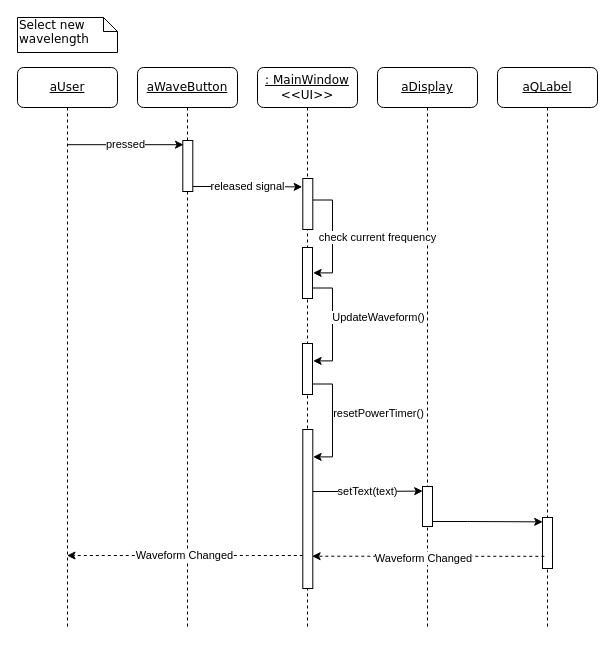
The draw.io diagram Documentation/select_wavelength.drawio in Hall-Andrew/CESDEVICE-3004FinalProject, before the edit. Source tidied: cells renumbered, new cells numbered last; positions are measured from the earlier drawing's top-left corner, leaving out a move shared by most shapes. Both pictures are drawn from the tidied source at 100%, with x=0, y=0 at pixel (17, 17).
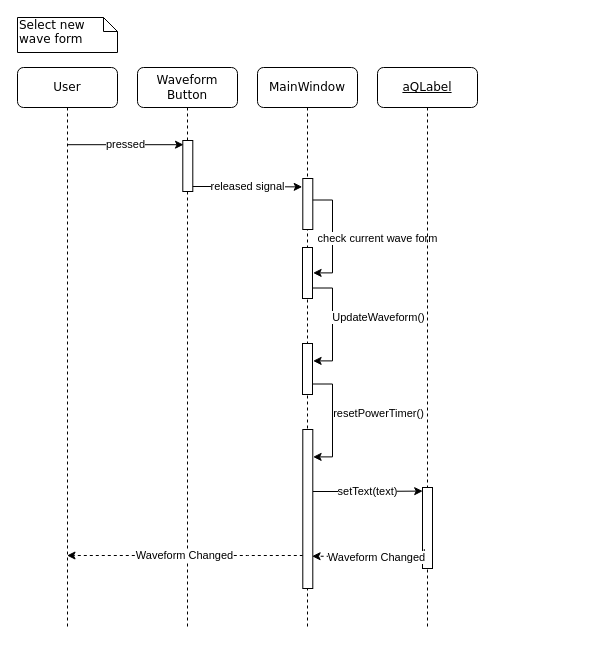
The same diagram, later.

The edit, as a diff of the source:
```diff
@@
-    <mxCell id="2" value="&lt;u&gt;: MainWindow&lt;/u&gt;&lt;br&gt;&amp;lt;&amp;lt;UI&amp;gt;&amp;gt;" style="shape=umlLifeline;perimeter=lifelinePerimeter;whiteSpace=wrap;html=1;rounded=1;shadow=0;comic=0;labelBackgroundColor=none;strokeWidth=1;fontFamily=Verdana;fontSize=12;align=center;" parent="1" vertex="1">
+    <mxCell id="2" value="MainWindow" style="shape=umlLifeline;perimeter=lifelinePerimeter;whiteSpace=wrap;html=1;rounded=1;shadow=0;comic=0;labelBackgroundColor=none;strokeWidth=1;fontFamily=Verdana;fontSize=12;align=center;" parent="1" vertex="1">
       <mxGeometry x="240" y="50" width="100" height="560" as="geometry" />
     </mxCell>
@@
-    <mxCell id="4" value="&lt;u&gt;aDisplay&lt;/u&gt;" style="shape=umlLifeline;perimeter=lifelinePerimeter;whiteSpace=wrap;html=1;rounded=1;shadow=0;comic=0;labelBackgroundColor=none;strokeWidth=1;fontFamily=Verdana;fontSize=12;align=center;" parent="1" vertex="1">
-      <mxGeometry x="360" y="50" width="100" height="560" as="geometry" />
-    </mxCell>
-    <mxCell id="5" style="html=1;points=[];perimeter=orthogonalPerimeter;rounded=0;shadow=0;comic=0;labelBackgroundColor=none;strokeWidth=1;fontFamily=Verdana;fontSize=12;align=center;" parent="4" vertex="1">
-      <mxGeometry x="45" y="419" width="10" height="40" as="geometry" />
-    </mxCell>
-    <mxCell id="6" value="&lt;u&gt;aUser&lt;/u&gt;" style="shape=umlLifeline;perimeter=lifelinePerimeter;whiteSpace=wrap;html=1;rounded=1;shadow=0;comic=0;labelBackgroundColor=none;strokeWidth=1;fontFamily=Verdana;fontSize=12;align=center;" parent="1" vertex="1">
+    <mxCell id="6" value="User" style="shape=umlLifeline;perimeter=lifelinePerimeter;whiteSpace=wrap;html=1;rounded=1;shadow=0;comic=0;labelBackgroundColor=none;strokeWidth=1;fontFamily=Verdana;fontSize=12;align=center;" parent="1" vertex="1">
       <mxGeometry y="50" width="100" height="560" as="geometry" />
     </mxCell>
-    <mxCell id="7" value="Select new wavelength" style="shape=note;whiteSpace=wrap;html=1;size=14;verticalAlign=top;align=left;spacingTop=-6;rounded=0;shadow=0;comic=0;labelBackgroundColor=none;strokeWidth=1;fontFamily=Verdana;fontSize=12;fillColor=default;strokeColor=default;fontColor=default;" parent="1" vertex="1">
+    <mxCell id="7" value="Select new wave form" style="shape=note;whiteSpace=wrap;html=1;size=14;verticalAlign=top;align=left;spacingTop=-6;rounded=0;shadow=0;comic=0;labelBackgroundColor=none;strokeWidth=1;fontFamily=Verdana;fontSize=12;fillColor=default;strokeColor=default;fontColor=default;" parent="1" vertex="1">
       <mxGeometry width="100" height="35" as="geometry" />
     </mxCell>
-    <mxCell id="8" value="&lt;u&gt;aWaveButton&lt;/u&gt;" style="shape=umlLifeline;perimeter=lifelinePerimeter;whiteSpace=wrap;html=1;rounded=1;shadow=0;comic=0;labelBackgroundColor=none;strokeWidth=1;fontFamily=Verdana;fontSize=12;align=center;" parent="1" vertex="1">
+    <mxCell id="8" value="Waveform Button" style="shape=umlLifeline;perimeter=lifelinePerimeter;whiteSpace=wrap;html=1;rounded=1;shadow=0;comic=0;labelBackgroundColor=none;strokeWidth=1;fontFamily=Verdana;fontSize=12;align=center;" parent="1" vertex="1">
       <mxGeometry x="120" y="50" width="100" height="560" as="geometry" />
     </mxCell>
@@
-    <mxCell id="13" value="check current frequency" style="edgeStyle=orthogonalEdgeStyle;rounded=0;orthogonalLoop=1;jettySize=auto;html=1;entryX=1.06;entryY=0.576;entryDx=0;entryDy=0;entryPerimeter=0;" parent="1" edge="1">
-      <mxGeometry x="0.02" y="45" relative="1" as="geometry">
+    <mxCell id="13" value="check current wave form" style="edgeStyle=orthogonalEdgeStyle;rounded=0;orthogonalLoop=1;jettySize=auto;html=1;entryX=1.06;entryY=0.576;entryDx=0;entryDy=0;entryPerimeter=0;" parent="1" edge="1">
+      <mxGeometry x="0.04" y="45" relative="1" as="geometry">
         <mxPoint x="295.3" y="182.5" as="sourcePoint" />
         <mxPoint x="295.6" y="255.4" as="targetPoint" />
         <Array as="points">
           <mxPoint x="315" y="183" />
           <mxPoint x="315" y="255" />
         </Array>
       </mxGeometry>
     </mxCell>
@@
     <mxCell id="18" value="&lt;u&gt;aQLabel&lt;/u&gt;" style="shape=umlLifeline;perimeter=lifelinePerimeter;whiteSpace=wrap;html=1;rounded=1;shadow=0;comic=0;labelBackgroundColor=none;strokeWidth=1;fontFamily=Verdana;fontSize=12;align=center;" parent="1" vertex="1">
-      <mxGeometry x="480" y="50" width="100" height="560" as="geometry" />
+      <mxGeometry x="360" y="50" width="100" height="560" as="geometry" />
     </mxCell>
     <mxCell id="19" style="html=1;points=[];perimeter=orthogonalPerimeter;rounded=0;shadow=0;comic=0;labelBackgroundColor=none;strokeWidth=1;fontFamily=Verdana;fontSize=12;align=center;" parent="18" vertex="1">
-      <mxGeometry x="45" y="450" width="10" height="51" as="geometry" />
+      <mxGeometry x="45" y="420" width="10" height="81" as="geometry" />
     </mxCell>
-    <mxCell id="20" style="edgeStyle=orthogonalEdgeStyle;rounded=0;jettySize=auto;html=1;entryX=0.02;entryY=0.086;entryDx=0;entryDy=0;entryPerimeter=0;" parent="1" edge="1" source="5" target="19">
-      <mxGeometry relative="1" as="geometry">
-        <Array as="points">
-          <mxPoint x="450" y="504" />
-          <mxPoint x="450" y="504" />
-        </Array>
-      </mxGeometry>
-    </mxCell>
     <mxCell id="21" style="edgeStyle=orthogonalEdgeStyle;rounded=0;jettySize=auto;html=1;entryX=1.427;entryY=0.788;entryDx=0;entryDy=0;entryPerimeter=0;dashed=1;exitX=0.18;exitY=0.761;exitDx=0;exitDy=0;exitPerimeter=0;" parent="1" edge="1" source="19">
       <mxGeometry relative="1" as="geometry">
         <mxPoint x="294.6" y="538.7" as="targetPoint" />
+        <Array as="points">
+          <mxPoint x="407" y="539" />
+          <mxPoint x="350" y="539" />
+        </Array>
       </mxGeometry>
     </mxCell>
```
